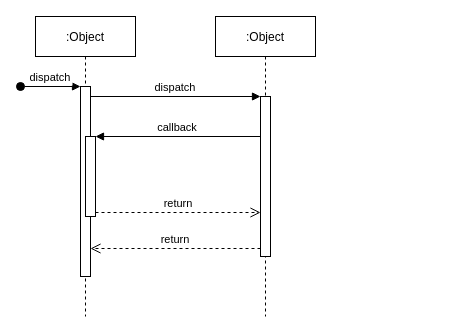
Above: Untitled Diagram.drawio in abdul35/workPractice (draw.io), before the change. Source tidied: cells renumbered, new cells numbered last; positions are measured from the earlier drawing's top-left corner, leaving out a move shared by most shapes. Both pictures are drawn from the tidied source at 100%, with x=0, y=0 at pixel (20, 16).
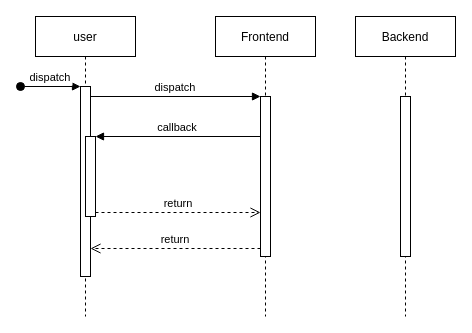
After the change.

Commit message:
практическая работа-11

The edit, as a diff of the source:
```diff
@@
 <mxGraphModel>
   <root>
     <mxCell id="0" />
     <mxCell id="1" parent="0" />
-    <mxCell id="2" value=":Object" style="shape=umlLifeline;perimeter=lifelinePerimeter;rounded=0;shadow=0;strokeWidth=1;" parent="1" vertex="1">
+    <mxCell id="2" value="user" style="shape=umlLifeline;perimeter=lifelinePerimeter;rounded=0;shadow=0;strokeWidth=1;" parent="1" vertex="1">
       <mxGeometry x="15" width="100" height="300" as="geometry" />
     </mxCell>
     <mxCell id="3" style="points=[];perimeter=orthogonalPerimeter;rounded=0;shadow=0;strokeWidth=1;" parent="2" vertex="1">
       <mxGeometry x="45" y="70" width="10" height="190" as="geometry" />
     </mxCell>
     <mxCell id="4" value="dispatch" style="verticalAlign=bottom;startArrow=oval;endArrow=block;startSize=8;shadow=0;strokeWidth=1;" parent="2" edge="1" target="3">
       <mxGeometry relative="1" as="geometry">
         <mxPoint x="-15" y="70" as="sourcePoint" />
       </mxGeometry>
     </mxCell>
     <mxCell id="5" style="points=[];perimeter=orthogonalPerimeter;rounded=0;shadow=0;strokeWidth=1;" parent="2" vertex="1">
       <mxGeometry x="50" y="120" width="10" height="80" as="geometry" />
     </mxCell>
-    <mxCell id="6" value=":Object" style="shape=umlLifeline;perimeter=lifelinePerimeter;rounded=0;shadow=0;strokeWidth=1;" parent="1" vertex="1">
+    <mxCell id="6" value="Frontend" style="shape=umlLifeline;perimeter=lifelinePerimeter;rounded=0;shadow=0;strokeWidth=1;" parent="1" vertex="1">
       <mxGeometry x="195" width="100" height="300" as="geometry" />
     </mxCell>
     <mxCell id="7" style="points=[];perimeter=orthogonalPerimeter;rounded=0;shadow=0;strokeWidth=1;" parent="6" vertex="1">
       <mxGeometry x="45" y="80" width="10" height="160" as="geometry" />
     </mxCell>
     <mxCell id="8" value="return" style="verticalAlign=bottom;endArrow=open;dashed=1;endSize=8;exitX=0;exitY=0.95;shadow=0;strokeWidth=1;" parent="1" edge="1" source="7" target="3">
       <mxGeometry relative="1" as="geometry" />
     </mxCell>
     <mxCell id="9" value="dispatch" style="verticalAlign=bottom;endArrow=block;entryX=0;entryY=0;shadow=0;strokeWidth=1;" parent="1" edge="1" source="3" target="7">
       <mxGeometry relative="1" as="geometry" />
     </mxCell>
     <mxCell id="10" value="callback" style="verticalAlign=bottom;endArrow=block;entryX=1;entryY=0;shadow=0;strokeWidth=1;" parent="1" edge="1" source="7" target="5">
       <mxGeometry relative="1" as="geometry" />
     </mxCell>
     <mxCell id="11" value="return" style="verticalAlign=bottom;endArrow=open;dashed=1;endSize=8;exitX=1;exitY=0.95;shadow=0;strokeWidth=1;" parent="1" edge="1" source="5" target="7">
       <mxGeometry relative="1" as="geometry" />
     </mxCell>
+    <mxCell id="12" value="Backend" style="shape=umlLifeline;perimeter=lifelinePerimeter;rounded=0;shadow=0;strokeWidth=1;" parent="1" vertex="1">
+      <mxGeometry x="335" width="100" height="300" as="geometry" />
+    </mxCell>
+    <mxCell id="13" style="perimeter=orthogonalPerimeter;rounded=0;shadow=0;strokeWidth=1;" parent="12" vertex="1">
+      <mxGeometry x="45" y="80" width="10" height="160" as="geometry" />
+    </mxCell>
   </root>
 </mxGraphModel>
```
